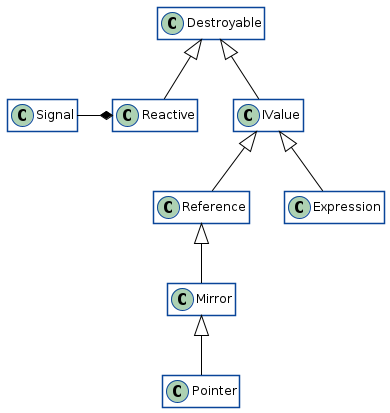
This is img/reactive.png from vasille-js/vasille-js, a PlantUML export, as it was before one commit. Its diagram source:
```plantuml
@startuml
!include uml-style.iuml

Destroyable <|-- IValue
Destroyable <|-- Reactive

IValue <|-- Reference
IValue <|-- Expression
Reference <|-- Mirror
Mirror <|-- Pointer

Reactive *-left- Signal

@enduml
```
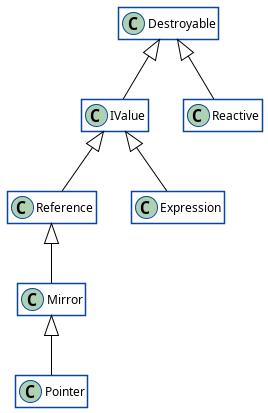
After the commit.

Change to the diagram source:
```diff
@@ -9,6 +9,4 @@
 Reference <|-- Mirror
 Mirror <|-- Pointer
 
-Reactive *-left- Signal
-
 @enduml
```
